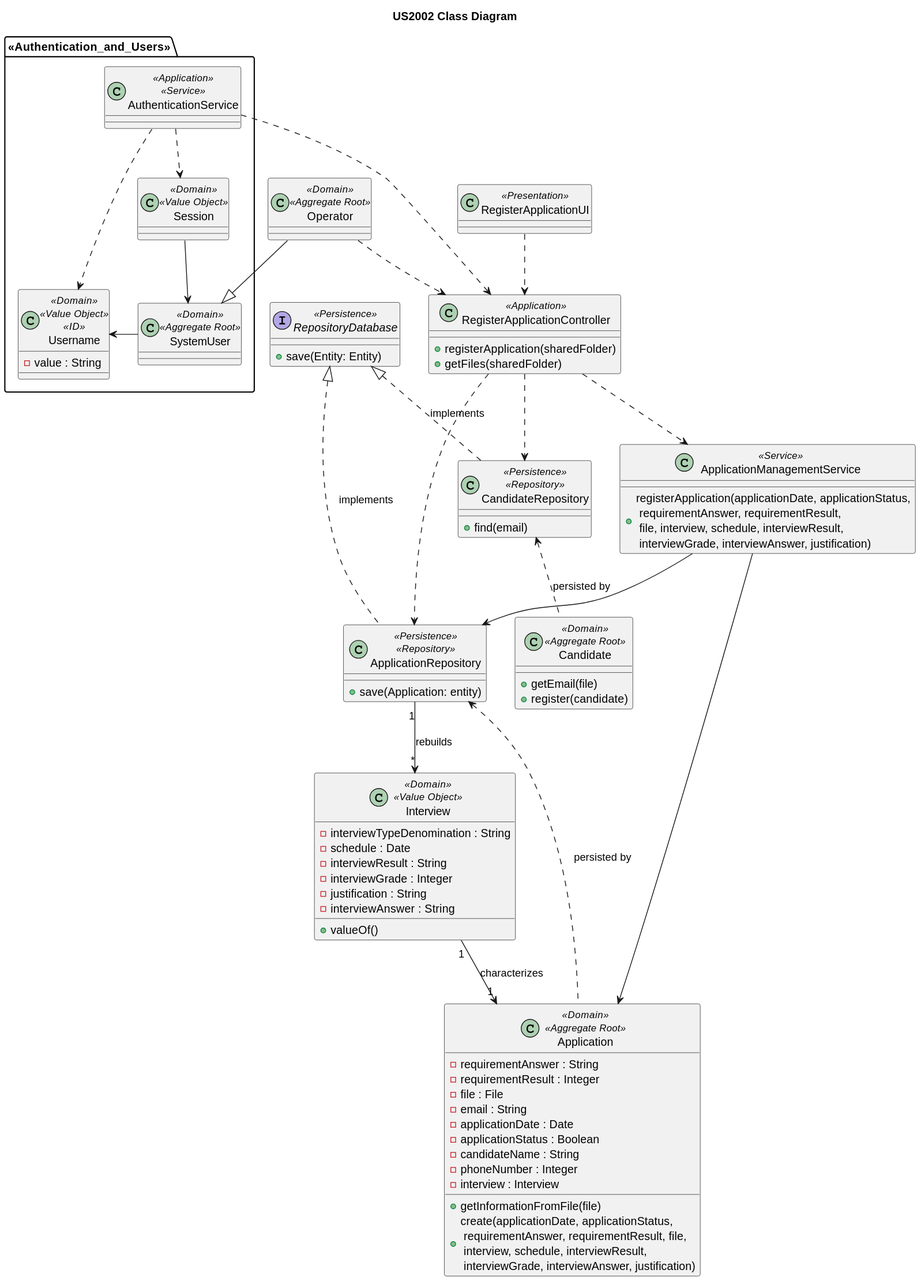
The PlantUML diagram docs/sb_us_2002/us_2002_class_diagram.svg in rita-barbosa/LAPR4-2324, before a commit. Source of this version:
```plantuml
@startuml

title US2002 Class Diagram


class RegisterApplicationUI <<Presentation>> {
}

class RegisterApplicationController <<Application>> {
+ registerApplication(sharedFolder)
+ getFiles(sharedFolder)
}


package <<Authentication_and_Users>> {
class AuthenticationService <<Application>> <<Service>> {
}
class Session <<Domain>> <<Value Object>> {}
class SystemUser <<Domain>> <<Aggregate Root>> {}
class Username <<Domain>> <<Value Object>> <<ID>> {
- value : String
}
}

class Candidate <<Domain>> <<Aggregate Root>> {
+ getEmail(file)
+ register(candidate)
}

class Operator <<Domain>> <<Aggregate Root>> {}


class Application <<Domain>> <<Aggregate Root>> {
- requirementAnswer : String
- requirementResult : Integer
- file : File
- email : String
- applicationDate : Date
- applicationStatus : Boolean
- candidateName : String
- phoneNumber : Integer
- interview : Interview

+ getInformationFromFile(file)
+ create(applicationDate, applicationStatus,\n requirementAnswer, requirementResult, file,\n interview, schedule, interviewResult,\n interviewGrade, interviewAnswer, justification)
}

class Interview <<Domain>> <<Value Object>> {
- interviewTypeDenomination : String
- schedule : Date
- interviewResult : String
- interviewGrade : Integer
- justification : String
- interviewAnswer :  String
+ valueOf()
}


class ApplicationRepository <<Persistence>> <<Repository>> {
+ save(Application: entity)
}

class CandidateRepository <<Persistence>> <<Repository>> {
+ find(email)
}

interface RepositoryDatabase <<Persistence>> {
+ save(Entity: Entity)
}

class ApplicationManagementService <<Service>> {
+ registerApplication(applicationDate, applicationStatus,\n requirementAnswer, requirementResult,\n file, interview, schedule, interviewResult,\n interviewGrade, interviewAnswer, justification)
}



Operator ..> RegisterApplicationController
RegisterApplicationUI ..> RegisterApplicationController
RegisterApplicationController ..> ApplicationRepository
RegisterApplicationController ..> CandidateRepository
RegisterApplicationController ..> ApplicationManagementService

Interview "1" --> "1" Application : characterizes


ApplicationManagementService --> ApplicationRepository
ApplicationManagementService --> Application
ApplicationRepository <.. Application : persisted by
ApplicationRepository "1" --> "*" Interview : rebuilds

CandidateRepository <.. Candidate : persisted by


RepositoryDatabase <|.. ApplicationRepository : implements
RepositoryDatabase <|.. CandidateRepository : implements


Session --> SystemUser
SystemUser -> Username
AuthenticationService ..> Username
AuthenticationService ..> Session
AuthenticationService ..> RegisterApplicationController
Operator --|> SystemUser
@enduml
```
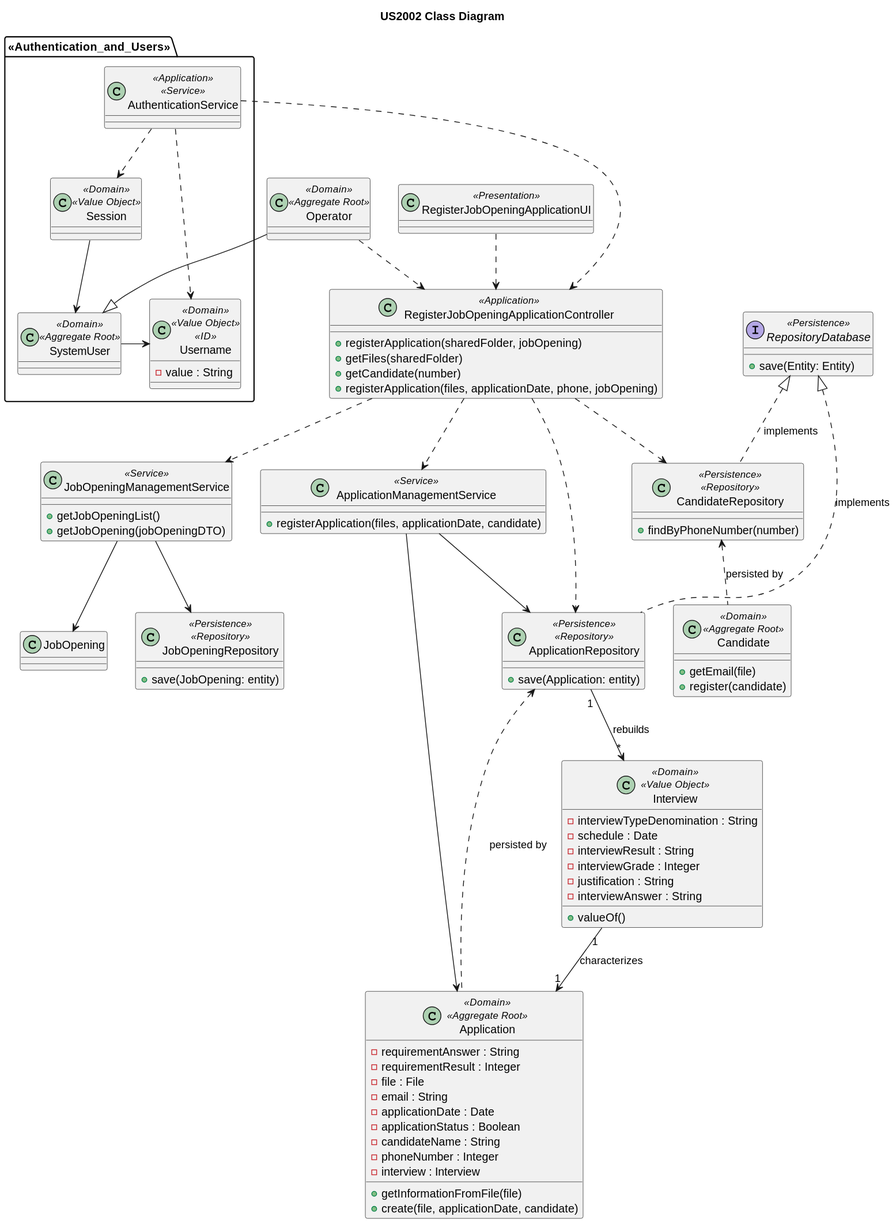
The same diagram one commit later.

The edit, as a diff of the source:
```diff
@@ -3,12 +3,14 @@
 title US2002 Class Diagram
 
 
-class RegisterApplicationUI <<Presentation>> {
+class RegisterJobOpeningApplicationUI <<Presentation>> {
 }
 
-class RegisterApplicationController <<Application>> {
-+ registerApplication(sharedFolder)
+class RegisterJobOpeningApplicationController <<Application>> {
++ registerApplication(sharedFolder, jobOpening)
 + getFiles(sharedFolder)
++ getCandidate(number)
++ registerApplication(files, applicationDate, phone, jobOpening)
 }
 
 
@@ -29,6 +31,11 @@
 
 class Operator <<Domain>> <<Aggregate Root>> {}
 
+class JobOpeningManagementService <<Service>> {
++ getJobOpeningList()
++ getJobOpening(jobOpeningDTO)
+}
+
 
 class Application <<Domain>> <<Aggregate Root>> {
 - requirementAnswer : String
@@ -42,7 +49,7 @@
 - interview : Interview
 
 + getInformationFromFile(file)
-+ create(applicationDate, applicationStatus,\n requirementAnswer, requirementResult, file,\n interview, schedule, interviewResult,\n interviewGrade, interviewAnswer, justification)
++ create(file, applicationDate, candidate)
 }
 
 class Interview <<Domain>> <<Value Object>> {
@@ -60,8 +67,12 @@
 + save(Application: entity)
 }
 
+class JobOpeningRepository <<Persistence>> <<Repository>> {
++ save(JobOpening: entity)
+}
+
 class CandidateRepository <<Persistence>> <<Repository>> {
-+ find(email)
++ findByPhoneNumber(number)
 }
 
 interface RepositoryDatabase <<Persistence>> {
@@ -69,20 +80,24 @@
 }
 
 class ApplicationManagementService <<Service>> {
-+ registerApplication(applicationDate, applicationStatus,\n requirementAnswer, requirementResult,\n file, interview, schedule, interviewResult,\n interviewGrade, interviewAnswer, justification)
++ registerApplication(files, applicationDate, candidate)
 }
 
 
 
-Operator ..> RegisterApplicationController
-RegisterApplicationUI ..> RegisterApplicationController
-RegisterApplicationController ..> ApplicationRepository
-RegisterApplicationController ..> CandidateRepository
-RegisterApplicationController ..> ApplicationManagementService
+Operator ..> RegisterJobOpeningApplicationController
+RegisterJobOpeningApplicationUI ..> RegisterJobOpeningApplicationController
+RegisterJobOpeningApplicationController ..> ApplicationRepository
+RegisterJobOpeningApplicationController ..> CandidateRepository
+RegisterJobOpeningApplicationController ..> ApplicationManagementService
+RegisterJobOpeningApplicationController ..> JobOpeningManagementService
 
 Interview "1" --> "1" Application : characterizes
 
 
+
+JobOpeningManagementService --> JobOpeningRepository
+JobOpeningManagementService --> JobOpening
 ApplicationManagementService --> ApplicationRepository
 ApplicationManagementService --> Application
 ApplicationRepository <.. Application : persisted by
@@ -99,6 +114,6 @@
 SystemUser -> Username
 AuthenticationService ..> Username
 AuthenticationService ..> Session
-AuthenticationService ..> RegisterApplicationController
+AuthenticationService ..> RegisterJobOpeningApplicationController
 Operator --|> SystemUser
 @enduml
```
